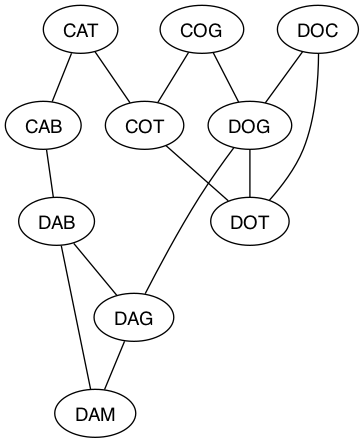
Above: word-ladder/src/images/example.png in ToF-/CodeKatas (Graphviz), before the change. Its source is kept beside it as word-ladder/src/example.gv. Source of this version:
```dot
strict graph ip_map {
	fontname="Helvetica,Arial,sans-serif"
	node [fontname="Helvetica,Arial,sans-serif"]
	edge [fontname="Helvetica,Arial,sans-serif"]
    CAT -- { CAB COT };
    CAB -- { CAT DAB };
    COG -- { COT DOG };
    COT -- { CAT COG DOT };
    DAB -- { CAB DAG DAM };
    DAG -- { DAB DAM };
    DAM -- { DAB DAG };
    DOC -- { DOG DOT };
    DOG -- { DAG DOC DOT };
    DOT -- { COT DOC DOG };
}
```
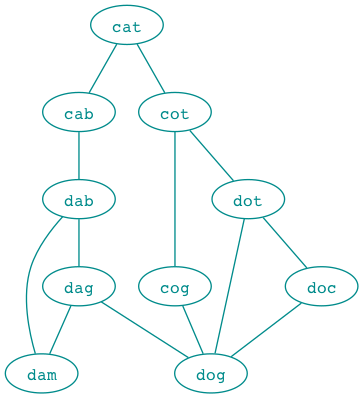
After the commit.

The edit, as a diff of the source:
```diff
@@ -1,15 +1,17 @@
 strict graph ip_map {
-	fontname="Helvetica,Arial,sans-serif"
-	node [fontname="Helvetica,Arial,sans-serif"]
-	edge [fontname="Helvetica,Arial,sans-serif"]
-    CAT -- { CAB COT };
-    CAB -- { CAT DAB };
-    COG -- { COT DOG };
-    COT -- { CAT COG DOT };
-    DAB -- { CAB DAG DAM };
-    DAG -- { DAB DAM };
-    DAM -- { DAB DAG };
-    DOC -- { DOG DOT };
-    DOG -- { DAG DOC DOT };
-    DOT -- { COT DOC DOG };
+    node [colorscheme="SVG",width=0.5,height=0.2,shape = ellipse,fontcolor="darkcyan",fontsize=12,fontname="Courier",color="darkcyan"];
+    edge [colorscheme="SVG",color="darkcyan",fontcolor="darkcyan",fontsize=10,fontname="Courier"];
+    cat -- { cab };
+    cat -- { cot };
+    cab -- { dab };
+    cot -- { cog };
+    cot -- { dot };
+    dab -- { dag };
+    dab -- { dam };
+    cog -- { dog };
+    dot -- { doc };
+    dot -- { dog };
+    dag -- { dam };
+    dag -- { dog };
+    doc -- { dog };
 }
```
